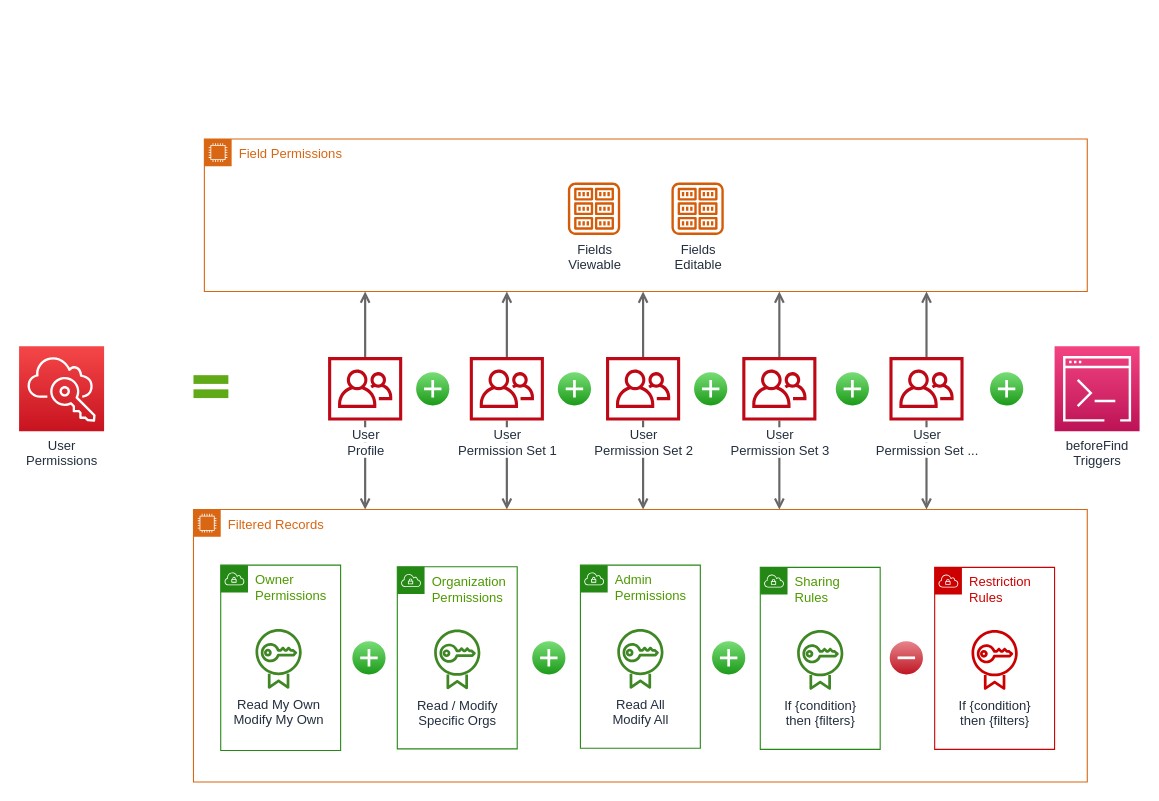
Above: docs/diagrams/Steedos Permissions.drawio in steedos/steedos-platform (draw.io), before the change. Source tidied: cells renumbered, new cells numbered last; positions are measured from the earlier drawing's top-left corner, leaving out a move shared by most shapes. Both pictures are drawn from the tidied source at 109%, with x=0, y=0 at pixel (19, 138).
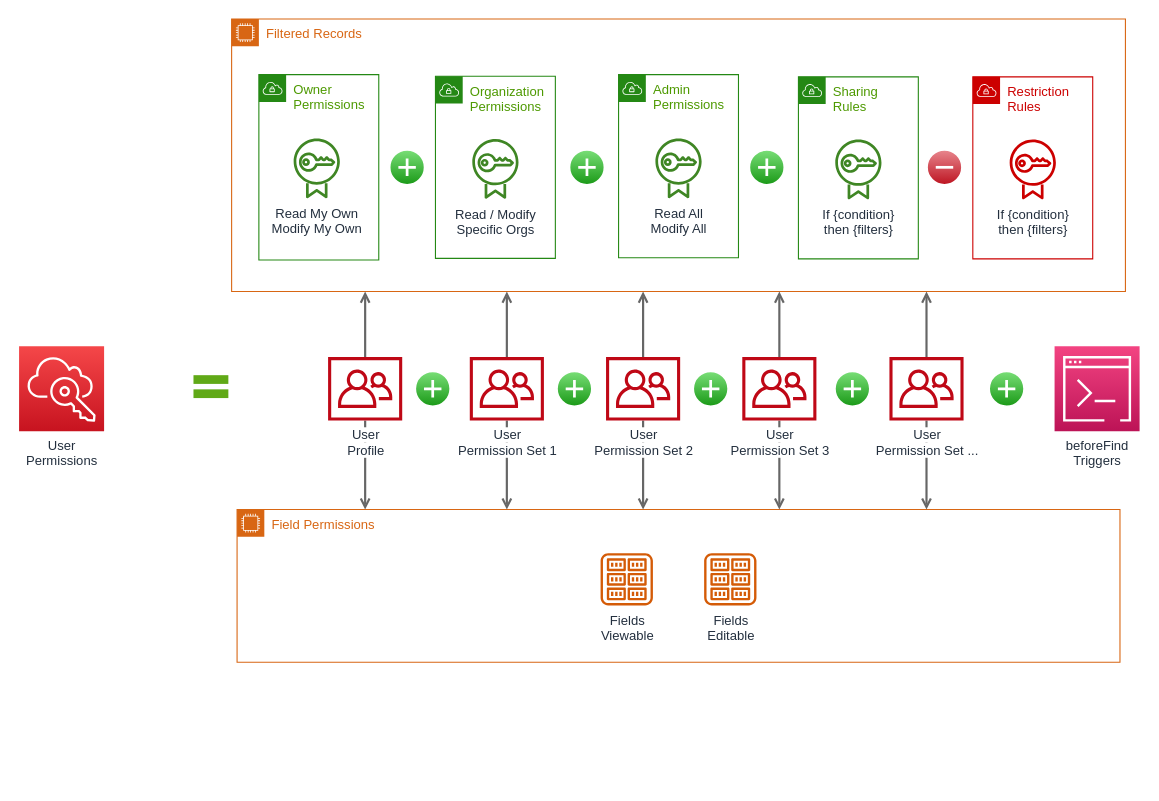
The same diagram, later.

Change to the diagram source:
```diff
@@
-<mxGraphModel background="#ffffff">
+<mxGraphModel>
@@
     <mxCell id="2" value="Field Permissions" style="gradientColor=none;html=1;whiteSpace=wrap;fontSize=12;fontStyle=0;shape=mxgraph.aws4.group;grIcon=mxgraph.aws4.group_ec2_instance_contents;strokeColor=#D86613;fillColor=none;verticalAlign=top;align=left;spacingLeft=30;fontColor=#D86613;dashed=0;shadow=0;sketch=0;fontFamily=Helvetica;" parent="1" vertex="1">
-      <mxGeometry x="170" width="810" height="140" as="geometry" />
+      <mxGeometry x="200" y="340" width="810" height="140" as="geometry" />
     </mxCell>
@@
     <mxCell id="9" value="Filtered Records" style="gradientColor=none;html=1;whiteSpace=wrap;fontSize=12;fontStyle=0;shape=mxgraph.aws4.group;grIcon=mxgraph.aws4.group_ec2_instance_contents;strokeColor=#D86613;fillColor=none;verticalAlign=top;align=left;spacingLeft=30;fontColor=#D86613;dashed=0;shadow=0;sketch=0;fontFamily=Helvetica;" parent="1" vertex="1">
-      <mxGeometry x="160" y="340" width="820" height="250" as="geometry" />
+      <mxGeometry x="195" y="-110" width="820" height="250" as="geometry" />
     </mxCell>
```
